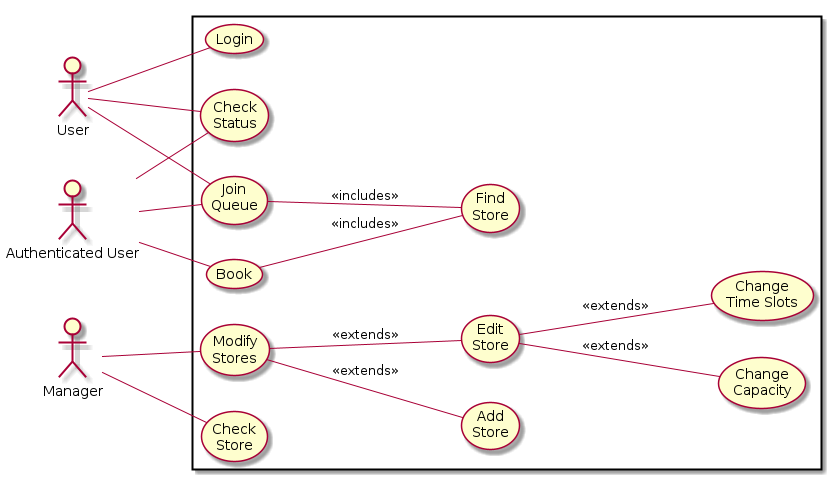
andreafra/Software-Engineering-2-Project-2021 keeps this PlantUML diagram as RASD/uml/usecase.png. Above is the earlier version.
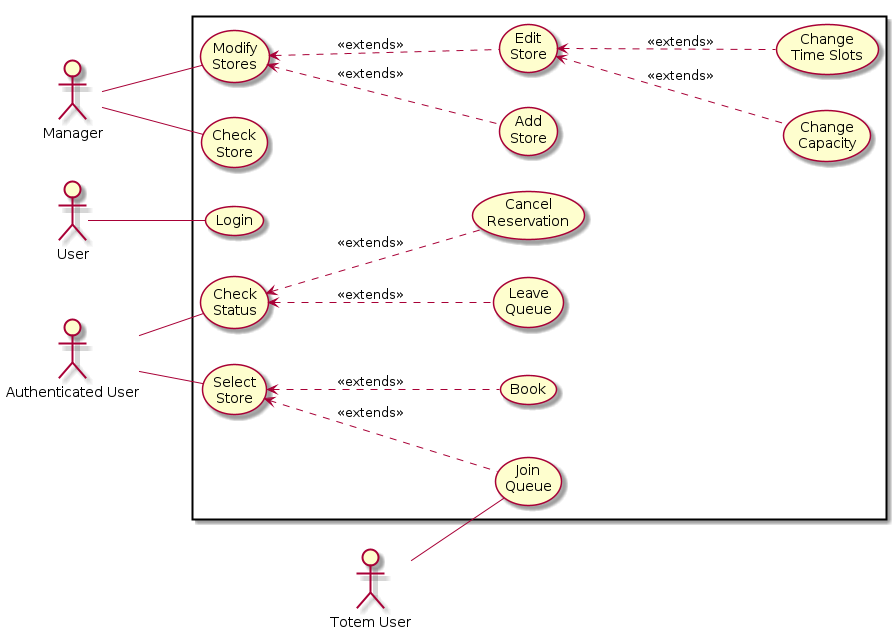
After the commit.

Commit message:
update usecase and add image in RASD

The edit, as a diff of the source:
```diff
@@ -1,25 +1,31 @@
 @startuml
 left to right direction
+Manager as m
 User as u
 "Authenticated User" as au
-Manager as m
+"Totem User" as tu
 rectangle {
+    m -- (Modify\nStores)
+    m -- (Check\nStore)
+
+    (Modify\nStores) <-[dashed]- (Add\nStore) : <<extends>>
+    (Modify\nStores) <-[dashed]- (Edit\nStore) : <<extends>>
+    (Edit\nStore) <-[dashed]- (Change\nCapacity) : <<extends>>
+    (Edit\nStore) <-[dashed]- (Change\nTime Slots) : <<extends>>
+
     u -- (Login)
-    u -- (Check\nStatus)
-    u -- (Join\nQueue)
 
-    au -- (Join\nQueue)
-    au -- (Book)
     au -- (Check\nStatus)
+    au -- (Select\nStore)
+    (Check\nStatus) <-[dashed]- (Leave\nQueue) : <<extends>>
+    (Check\nStatus) <-[dashed]- (Cancel\nReservation) : <<extends>>
+    (Select\nStore) <-[dashed]- (Book) : <<extends>>
+    (Select\nStore) <-[dashed]- (Join\nQueue) : <<extends>>
 
-    (Join\nQueue) -- (Find\nStore) : <<includes>>
-    (Book) -- (Find\nStore) : <<includes>>
+    tu -- (Join\nQueue)
 
-    m -- (Modify\nStores)
-    (Modify\nStores) -- (Add\nStore) : <<extends>>
-    (Modify\nStores) -- (Edit\nStore) : <<extends>>
-    (Edit\nStore) -- (Change\nCapacity) : <<extends>>
-    (Edit\nStore) -- (Change\nTime Slots) : <<extends>>
-    m -- (Check\nStore)
+
+
+
 }
 @enduml
```
